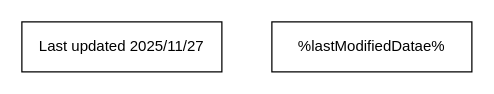
Before: page "페이지-1" (1 of 2) of 20241112.drawio in climcity/design, a draw.io diagram. Source tidied: cells renumbered, new cells numbered last; positions are measured from the earlier drawing's top-left corner, leaving out a move shared by most shapes. Both pictures are drawn from the tidied source at 125%, with x=0, y=0 at pixel (21, 21).
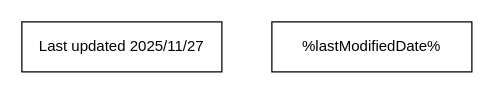
Above is the later version.

The edit, as a diff of the source:
```diff
@@
 <mxGraphModel>
   <root>
     <mxCell id="0" />
     <mxCell id="1" parent="0" />
     <mxCell id="2" value="Last updated 2025/11/27" style="rounded=0;whiteSpace=wrap;html=1;fillColor=none;align=center;" parent="1" vertex="1">
       <mxGeometry width="160" height="40" as="geometry" />
     </mxCell>
-    <mxCell id="3" value="%lastModifiedDatae&lt;span style=&quot;background-color: transparent; color: light-dark(rgb(0, 0, 0), rgb(255, 255, 255));&quot;&gt;%&lt;/span&gt;" style="rounded=0;whiteSpace=wrap;html=1;fillColor=none;align=center;" parent="1" vertex="1">
+    <mxCell id="3" value="%lastModifiedDate&lt;span style=&quot;background-color: transparent; color: light-dark(rgb(0, 0, 0), rgb(255, 255, 255));&quot;&gt;%&lt;/span&gt;" style="rounded=0;whiteSpace=wrap;html=1;fillColor=none;align=center;" parent="1" vertex="1">
       <mxGeometry x="200" width="160" height="40" as="geometry" />
     </mxCell>
   </root>
 </mxGraphModel>
```
